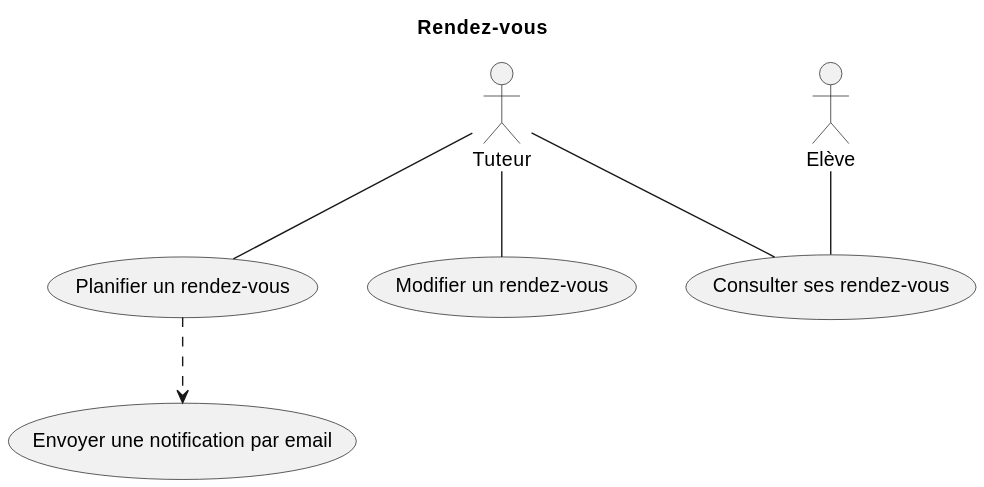
KMBCL/P3_specifications keeps this PlantUML diagram as site/diagrams/appointment/appointment.svg. Above is the earlier version.
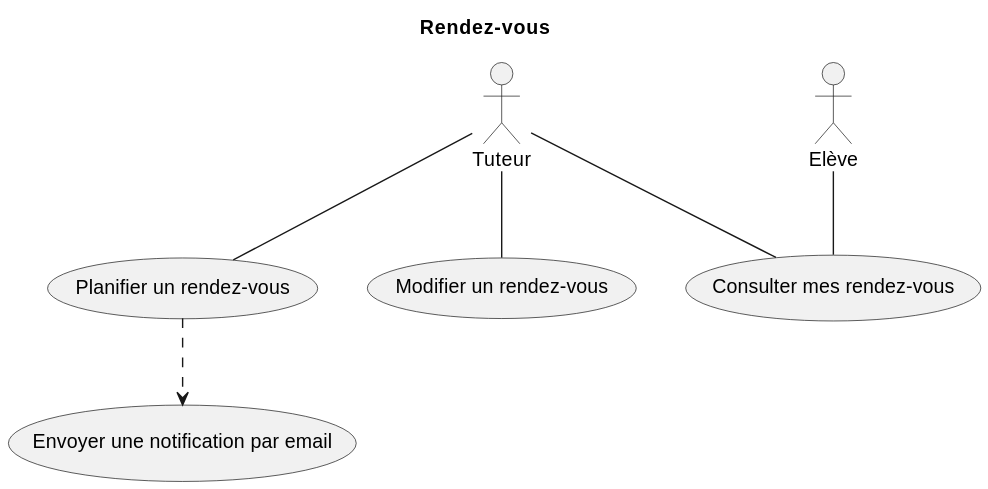
Later version of the same file.

What changed in the source:
```diff
@@ -5,7 +5,7 @@
 
 usecase "Planifier un rendez-vous" as plan_appointment
 usecase "Modifier un rendez-vous" as update_appointment
-usecase "Consulter ses rendez-vous" as see_appointments
+usecase "Consulter mes rendez-vous" as see_appointments
 usecase "Envoyer une notification par email" as send_email_notification
 
 tutor -- plan_appointment
```
